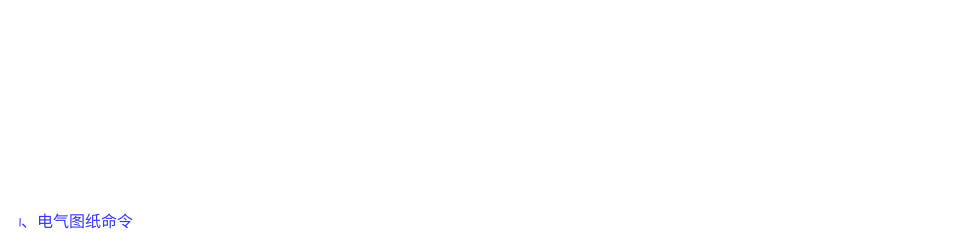
This is page "电力图纸命令" (4 of 6) of BF_CustomTools/bin/Debug/需求规划文档.drawio from zuiyuewu1102/AidedDraftingTools, a draw.io file, before an edit. Source tidied: cells renumbered, new cells numbered last; positions are measured from the earlier drawing's top-left corner, leaving out a move shared by most shapes. Both pictures are drawn from the tidied source at 100%, with x=0, y=0 at pixel (17, 212).
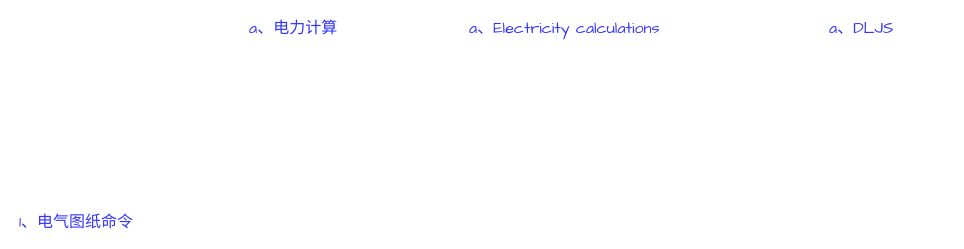
Above is the later version.

Diff of the diagram source:
```diff
@@
 <mxGraphModel>
   <root>
     <mxCell id="0" />
     <mxCell id="1" parent="0" />
     <mxCell id="2" value="1、电气图纸命令" style="text;html=1;strokeColor=none;fillColor=none;align=left;verticalAlign=middle;whiteSpace=wrap;rounded=0;fontSize=16;fontFamily=Comic Sans MS;fontColor=#3333FF;" parent="1" vertex="1">
       <mxGeometry width="130" height="20" as="geometry" />
     </mxCell>
+    <mxCell id="3" value="a、电力计算" style="text;html=1;strokeColor=none;fillColor=none;align=left;verticalAlign=middle;whiteSpace=wrap;rounded=0;fontSize=16;fontFamily=Comic Sans MS;fontColor=#3333FF;" parent="1" vertex="1">
+      <mxGeometry x="230" y="-194" width="200" height="20" as="geometry" />
+    </mxCell>
+    <mxCell id="4" value="a、Electricity calculations" style="text;html=1;strokeColor=none;fillColor=none;align=left;verticalAlign=middle;whiteSpace=wrap;rounded=0;fontSize=16;fontFamily=Comic Sans MS;fontColor=#3333FF;" parent="1" vertex="1">
+      <mxGeometry x="450" y="-194" width="350" height="20" as="geometry" />
+    </mxCell>
+    <mxCell id="5" value="a、DLJS" style="text;html=1;strokeColor=none;fillColor=none;align=left;verticalAlign=middle;whiteSpace=wrap;rounded=0;fontSize=16;fontFamily=Comic Sans MS;fontColor=#3333FF;" parent="1" vertex="1">
+      <mxGeometry x="810" y="-194" width="120" height="20" as="geometry" />
+    </mxCell>
   </root>
 </mxGraphModel>
```
